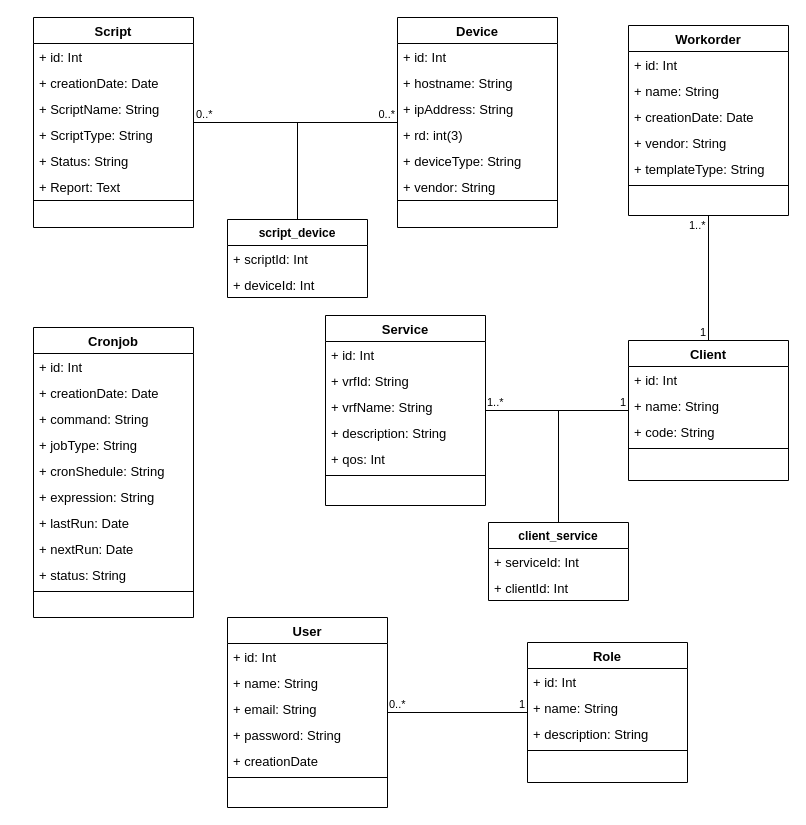
Before: class_diagram.drawio in DrXneaky/Diagram, a draw.io diagram. Source tidied: cells renumbered, new cells numbered last; positions are measured from the earlier drawing's top-left corner, leaving out a move shared by most shapes. Both pictures are drawn from the tidied source at 100%, with x=0, y=0 at pixel (33, 17).
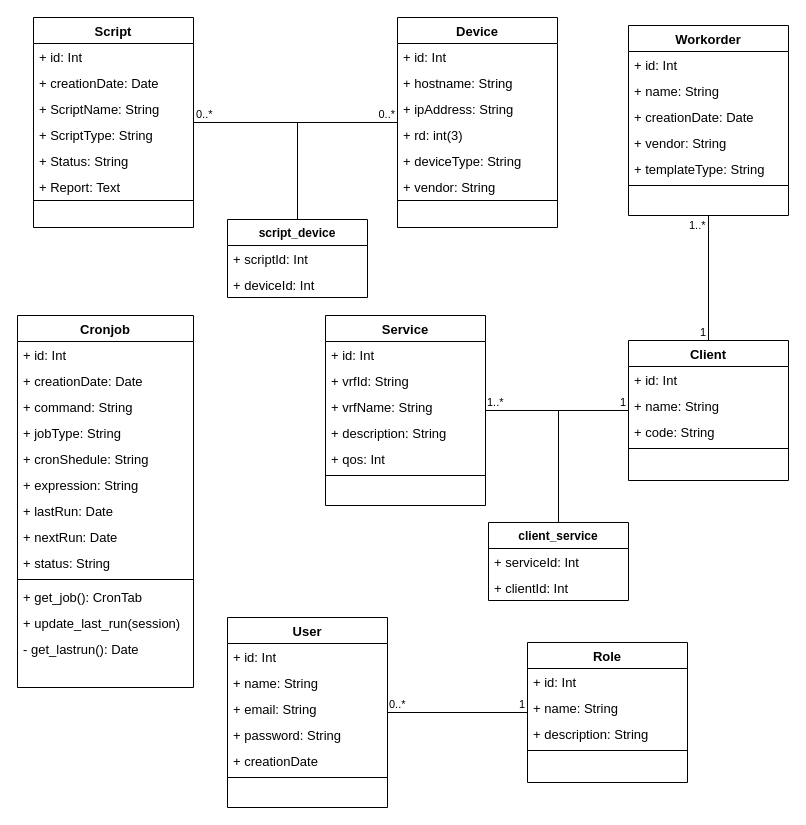
The same page after the edit.

What changed in the source:
```diff
@@
     <mxCell id="69" value="Cronjob" style="swimlane;fontStyle=1;align=center;verticalAlign=top;horizontal=1;startSize=26;rounded=0;shadow=0;strokeWidth=1;fontFamily=Old Standard TT;fontSize=13;" parent="1" vertex="1">
-      <mxGeometry y="310" width="160" height="290" as="geometry" />
+      <mxGeometry x="-16" y="298" width="176" height="372" as="geometry" />
     </mxCell>
     <mxCell id="70" value="+ id: Int" style="text;align=left;verticalAlign=top;spacingLeft=4;spacingRight=4;overflow=hidden;fontFamily=Old Standard TT;fontStyle=0;fontSize=13;" parent="69" vertex="1">
-      <mxGeometry y="26" width="160" height="26" as="geometry" />
+      <mxGeometry y="26" width="176" height="26" as="geometry" />
     </mxCell>
     <mxCell id="71" value="+ creationDate: Date" style="text;align=left;verticalAlign=top;spacingLeft=4;spacingRight=4;overflow=hidden;fontFamily=Old Standard TT;fontStyle=0;fontSize=13;" parent="69" vertex="1">
-      <mxGeometry y="52" width="160" height="26" as="geometry" />
+      <mxGeometry y="52" width="176" height="26" as="geometry" />
     </mxCell>
     <mxCell id="72" value="+ command: String" style="text;align=left;verticalAlign=top;spacingLeft=4;spacingRight=4;overflow=hidden;fontFamily=Old Standard TT;fontStyle=0;fontSize=13;" parent="69" vertex="1">
-      <mxGeometry y="78" width="160" height="26" as="geometry" />
+      <mxGeometry y="78" width="176" height="26" as="geometry" />
     </mxCell>
     <mxCell id="73" value="+ jobType: String" style="text;align=left;verticalAlign=top;spacingLeft=4;spacingRight=4;overflow=hidden;fontFamily=Old Standard TT;fontStyle=0;fontSize=13;" parent="69" vertex="1">
-      <mxGeometry y="104" width="160" height="26" as="geometry" />
+      <mxGeometry y="104" width="176" height="26" as="geometry" />
     </mxCell>
     <mxCell id="74" value="+ cronShedule: String" style="text;align=left;verticalAlign=top;spacingLeft=4;spacingRight=4;overflow=hidden;fontFamily=Old Standard TT;fontStyle=0;fontSize=13;" parent="69" vertex="1">
-      <mxGeometry y="130" width="160" height="26" as="geometry" />
+      <mxGeometry y="130" width="176" height="26" as="geometry" />
     </mxCell>
     <mxCell id="75" value="+ expression: String" style="text;align=left;verticalAlign=top;spacingLeft=4;spacingRight=4;overflow=hidden;fontFamily=Old Standard TT;fontStyle=0;fontSize=13;" parent="69" vertex="1">
-      <mxGeometry y="156" width="160" height="26" as="geometry" />
+      <mxGeometry y="156" width="176" height="26" as="geometry" />
     </mxCell>
     <mxCell id="76" value="+ lastRun: Date" style="text;align=left;verticalAlign=top;spacingLeft=4;spacingRight=4;overflow=hidden;fontFamily=Old Standard TT;fontStyle=0;fontSize=13;" parent="69" vertex="1">
-      <mxGeometry y="182" width="160" height="26" as="geometry" />
+      <mxGeometry y="182" width="176" height="26" as="geometry" />
     </mxCell>
     <mxCell id="77" value="+ nextRun: Date" style="text;align=left;verticalAlign=top;spacingLeft=4;spacingRight=4;overflow=hidden;fontFamily=Old Standard TT;fontStyle=0;fontSize=13;" parent="69" vertex="1">
-      <mxGeometry y="208" width="160" height="26" as="geometry" />
+      <mxGeometry y="208" width="176" height="26" as="geometry" />
     </mxCell>
     <mxCell id="78" value="+ status: String" style="text;align=left;verticalAlign=top;spacingLeft=4;spacingRight=4;overflow=hidden;fontFamily=Old Standard TT;fontStyle=0;fontSize=13;" parent="69" vertex="1">
-      <mxGeometry y="234" width="160" height="26" as="geometry" />
+      <mxGeometry y="234" width="176" height="26" as="geometry" />
     </mxCell>
     <mxCell id="79" style="line;html=1;strokeWidth=1;align=left;verticalAlign=middle;spacingTop=-1;spacingLeft=3;spacingRight=3;labelPosition=right;" parent="69" vertex="1">
-      <mxGeometry y="260" width="160" height="8" as="geometry" />
+      <mxGeometry y="260" width="176" height="8" as="geometry" />
     </mxCell>
+    <mxCell id="80" value="+ get_job(): CronTab" style="text;strokeColor=none;fillColor=none;align=left;verticalAlign=top;spacingLeft=4;spacingRight=4;overflow=hidden;labelBackgroundColor=none;fontFamily=Old Standard TT;fontSize=13;" parent="69" vertex="1">
+      <mxGeometry y="268" width="176" height="26" as="geometry" />
+    </mxCell>
+    <mxCell id="81" value="+ update_last_run(session)" style="text;strokeColor=none;fillColor=none;align=left;verticalAlign=top;spacingLeft=4;spacingRight=4;overflow=hidden;labelBackgroundColor=none;fontFamily=Old Standard TT;fontSize=13;" parent="69" vertex="1">
+      <mxGeometry y="294" width="176" height="26" as="geometry" />
+    </mxCell>
+    <mxCell id="82" value="- get_lastrun(): Date" style="text;strokeColor=none;fillColor=none;align=left;verticalAlign=top;spacingLeft=4;spacingRight=4;overflow=hidden;labelBackgroundColor=none;fontFamily=Old Standard TT;fontSize=13;" parent="69" vertex="1">
+      <mxGeometry y="320" width="176" height="26" as="geometry" />
+    </mxCell>
```
